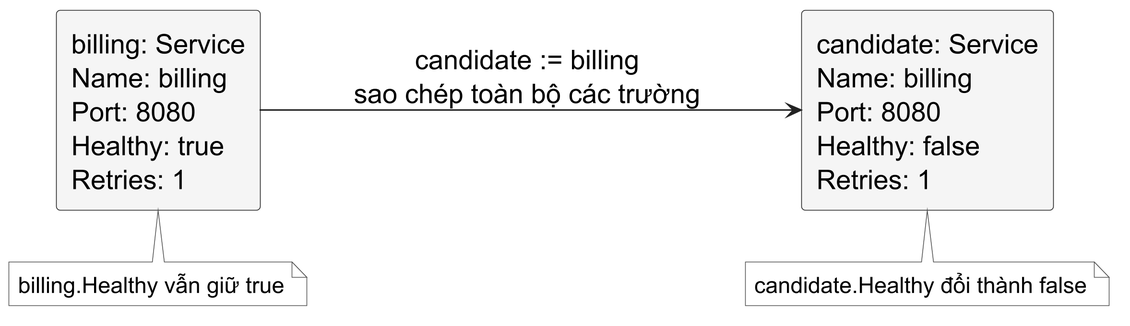
The PlantUML diagram assets/diagrams/struct-copy.png in Minhlike/Golang, before a commit.
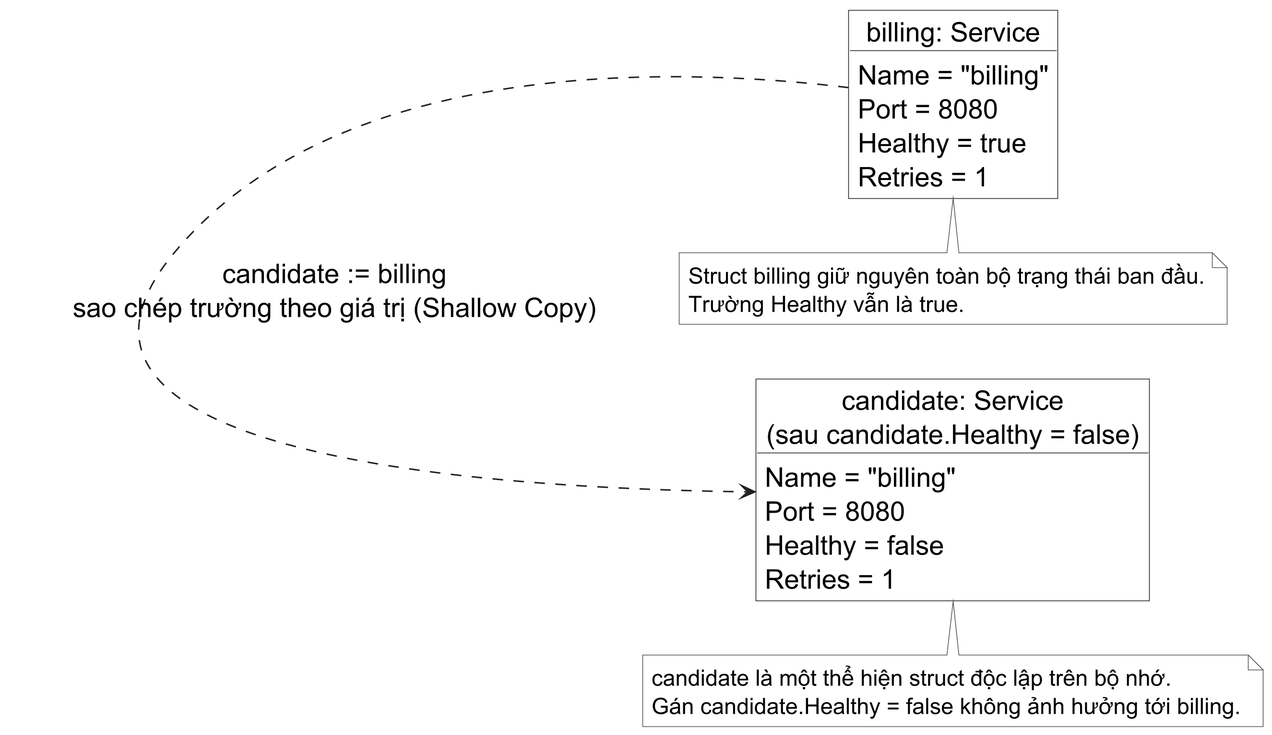
After the commit.

The edit, as a diff of the source:
```diff
@@ -5,24 +5,43 @@
 skinparam defaultFontName "Source Sans 3"
 skinparam defaultFontSize 18
 skinparam defaultFontColor #000000
-skinparam rectangle {
-  BackgroundColor #F5F5F5
+skinparam arrowColor #222222
+skinparam object {
+  BackgroundColor #FFFFFF
   BorderColor #222222
   FontColor #000000
-  RoundCorner 5
 }
-skinparam arrowColor #222222
 skinparam note {
   BackgroundColor #FFFFFF
   BorderColor #555555
   FontColor #000000
-  FontName "Source Sans 3"
   FontSize 15
 }
 left to right direction
-rectangle "billing: Service\nName: billing\nPort: 8080\nHealthy: true\nRetries: 1" as original
-rectangle "candidate: Service\nName: billing\nPort: 8080\nHealthy: false\nRetries: 1" as copy
-original --> copy : candidate := billing\nsao chép toàn bộ các trường
-note bottom of original : billing.Healthy vẫn giữ true
-note bottom of copy : candidate.Healthy đổi thành false
+
+object "billing: Service" as original {
+  Name = "billing"
+  Port = 8080
+  Healthy = true
+  Retries = 1
+}
+
+object "candidate: Service\n(sau candidate.Healthy = false)" as copy {
+  Name = "billing"
+  Port = 8080
+  Healthy = false
+  Retries = 1
+}
+
+original .right.> copy : candidate := billing\nsao chép trường theo giá trị (Shallow Copy)
+
+note bottom of original
+  Struct billing giữ nguyên toàn bộ trạng thái ban đầu.
+  Trường Healthy vẫn là true.
+end note
+
+note bottom of copy
+  candidate là một thể hiện struct độc lập trên bộ nhớ.
+  Gán candidate.Healthy = false không ảnh hưởng tới billing.
+end note
 @enduml
```
